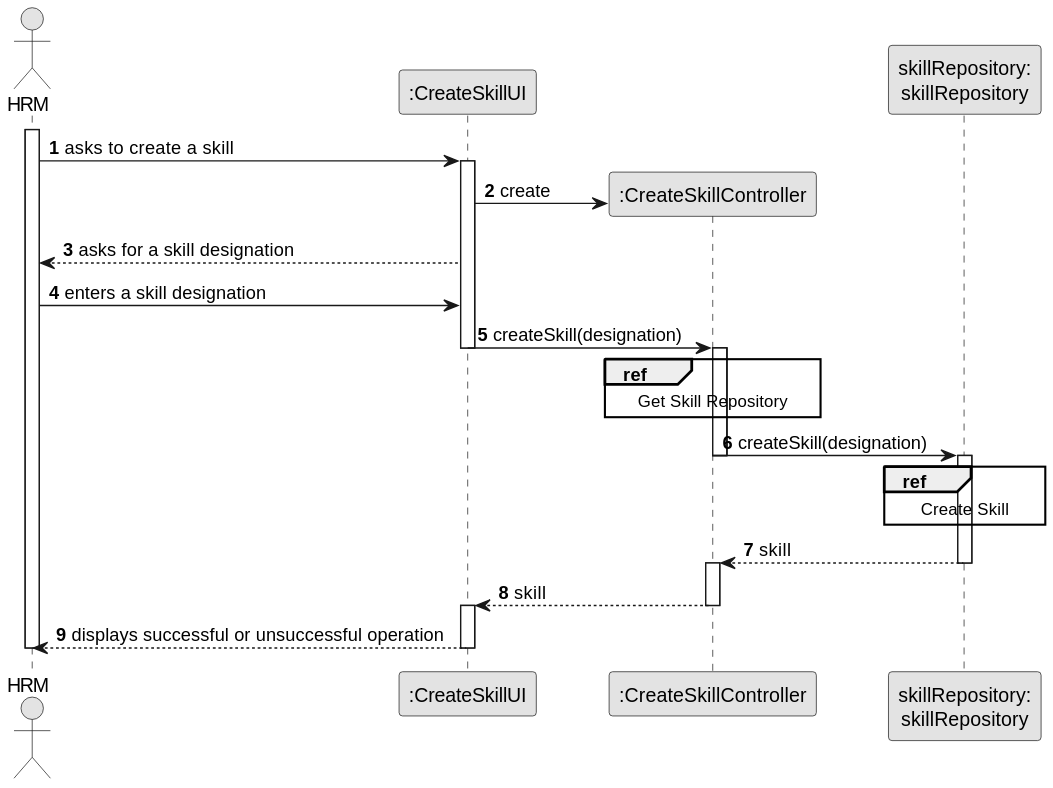
ricardomm7/leaflink keeps this PlantUML diagram as docs/sprintB/us001/03.design/svg/us001-sequence-diagram-split.svg. Above is the earlier version.
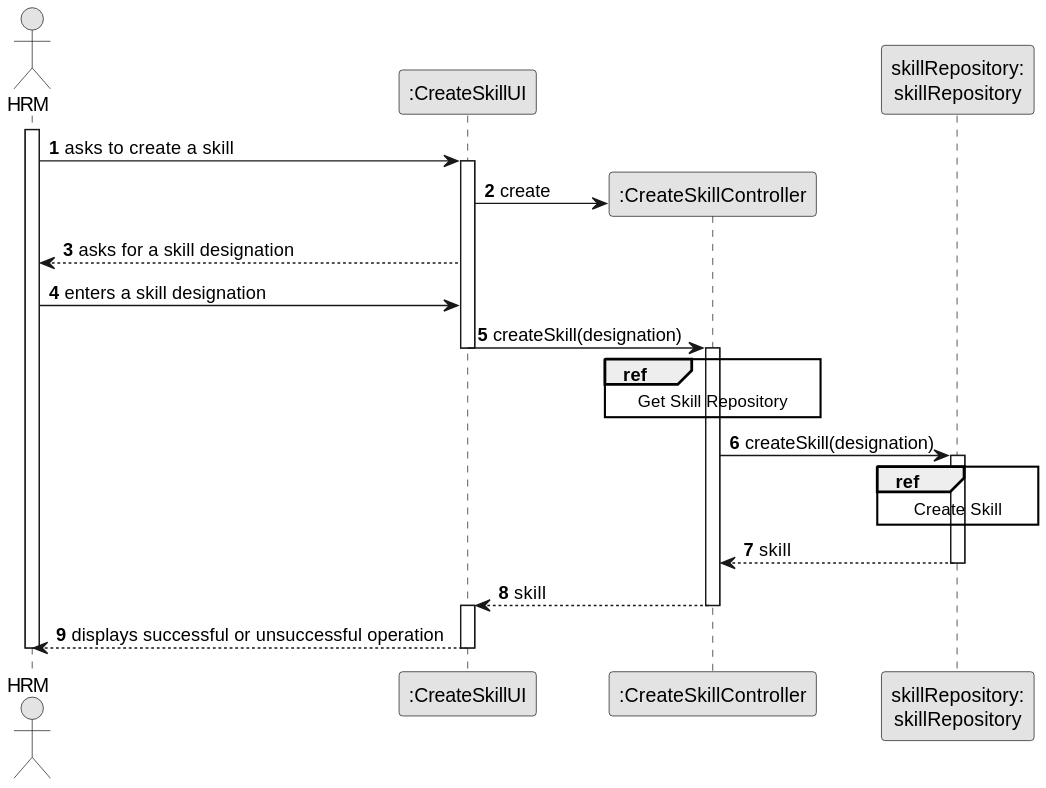
Above is the later version.

The edit, as a diff of the source:
```diff
@@ -18,29 +18,26 @@
 UI -> CTRL** : create
 
 UI --> HRM : asks for a skill designation
+
 HRM -> UI : enters a skill designation
 
 UI->CTRL : createSkill(designation)
 deactivate UI
 activate CTRL
 
-activate CTRL
 ref over CTRL
 Get Skill Repository
 end ref
 
 CTRL -> skillRepository : createSkill(designation)
-deactivate CTRL
-deactivate CTRL
 
-    activate skillRepository
+activate skillRepository
 ref over skillRepository
 Create Skill
 end ref
 
     CTRL <-- skillRepository : skill
     deactivate skillRepository
-    activate CTRL
 
 
 
@@ -49,6 +46,7 @@
     activate UI
 
 
+
     UI --> HRM : displays successful or unsuccessful operation
     deactivate UI
 deactivate HRM
```
